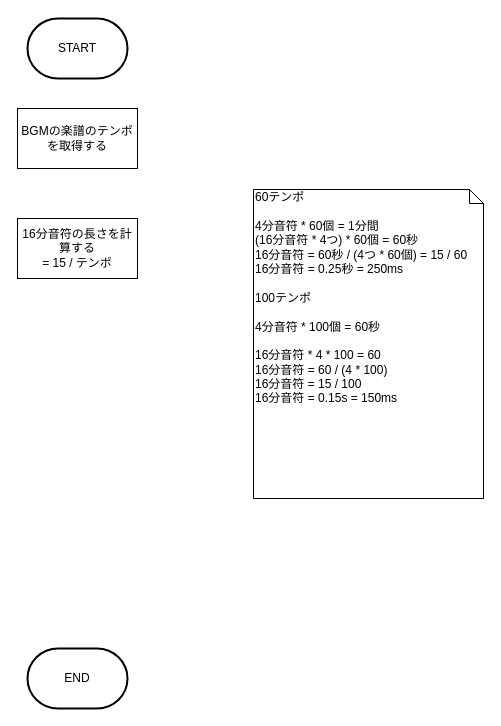
Above: page "ブザーの初期化" (6 of 6) of 資料/設計書/フローチャート/モグラ叩き_Buzzer.drawio in hakohumi/comp.train.whack-a-mole (draw.io), before the change. Source tidied: cells renumbered, new cells numbered last; positions are measured from the earlier drawing's top-left corner, leaving out a move shared by most shapes. Both pictures are drawn from the tidied source at 100%, with x=0, y=0 at pixel (17, 18).
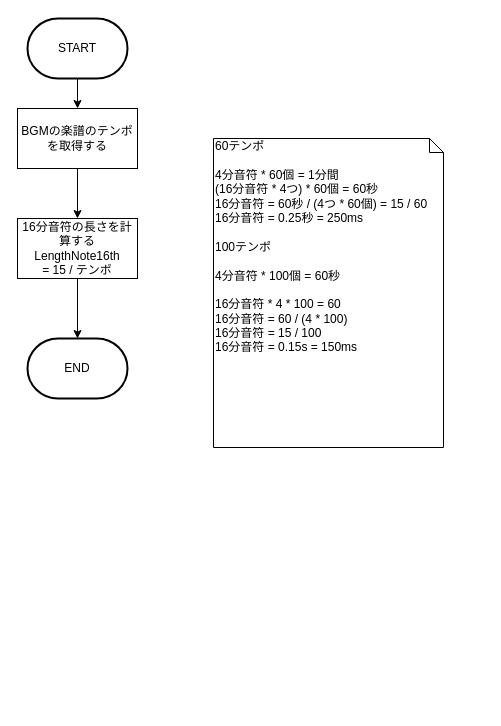
After the change.

The edit, as a diff of the source:
```diff
@@
 <mxGraphModel>
   <root>
     <mxCell id="0" />
     <mxCell id="1" parent="0" />
+    <mxCell id="7" style="edgeStyle=orthogonalEdgeStyle;rounded=0;jettySize=auto;html=1;" parent="1" edge="1" source="2" target="4">
+      <mxGeometry relative="1" as="geometry" />
+    </mxCell>
     <mxCell id="2" value="START" style="strokeWidth=2;html=1;shape=mxgraph.flowchart.terminator;whiteSpace=wrap;" parent="1" vertex="1">
       <mxGeometry x="10" width="100" height="60" as="geometry" />
     </mxCell>
     <mxCell id="3" value="END" style="strokeWidth=2;html=1;shape=mxgraph.flowchart.terminator;whiteSpace=wrap;" parent="1" vertex="1">
-      <mxGeometry x="10" y="630" width="100" height="60" as="geometry" />
+      <mxGeometry x="10" y="320" width="100" height="60" as="geometry" />
     </mxCell>
+    <mxCell id="8" style="edgeStyle=orthogonalEdgeStyle;rounded=0;jettySize=auto;html=1;" parent="1" edge="1" source="4" target="5">
+      <mxGeometry relative="1" as="geometry" />
+    </mxCell>
     <mxCell id="4" value="BGMの楽譜のテンポを取得する" style="rounded=0;whiteSpace=wrap;html=1;" parent="1" vertex="1">
       <mxGeometry y="90" width="120" height="60" as="geometry" />
     </mxCell>
+    <mxCell id="9" style="edgeStyle=orthogonalEdgeStyle;rounded=0;jettySize=auto;html=1;" parent="1" edge="1" source="5" target="3">
+      <mxGeometry relative="1" as="geometry" />
+    </mxCell>
-    <mxCell id="5" value="16分音符の長さを計算する&lt;br&gt;= 15 / テンポ" style="rounded=0;whiteSpace=wrap;html=1;" parent="1" vertex="1">
+    <mxCell id="5" value="16分音符の長さを計算する&lt;br&gt;LengthNote16th&lt;br&gt;= 15 / テンポ" style="rounded=0;whiteSpace=wrap;html=1;" parent="1" vertex="1">
       <mxGeometry y="200" width="120" height="60" as="geometry" />
     </mxCell>
     <mxCell id="6" value="60テンポ&lt;br&gt;&lt;br&gt;4分音符 * 60個 = 1分間&lt;br&gt;(16分音符 * 4つ) * 60個 = 60秒&lt;br&gt;16分音符 = 60秒 / (4つ * 60個) = 15 / 60&lt;br&gt;16分音符 = 0.25秒 = 250ms&lt;br&gt;&lt;br&gt;100テンポ&lt;br&gt;&lt;br&gt;4分音符 * 100個 = 60秒&lt;br&gt;&lt;br&gt;16分音符 * 4 * 100 = 60&lt;br&gt;16分音符 = 60 / (4 * 100)&lt;br&gt;16分音符 = 15 / 100&lt;br&gt;16分音符 = 0.15s = 150ms" style="shape=note;whiteSpace=wrap;html=1;size=14;verticalAlign=top;align=left;spacingTop=-6;" parent="1" vertex="1">
-      <mxGeometry x="236" y="171" width="230" height="309" as="geometry" />
+      <mxGeometry x="196" y="120" width="230" height="309" as="geometry" />
     </mxCell>
   </root>
 </mxGraphModel>
```
